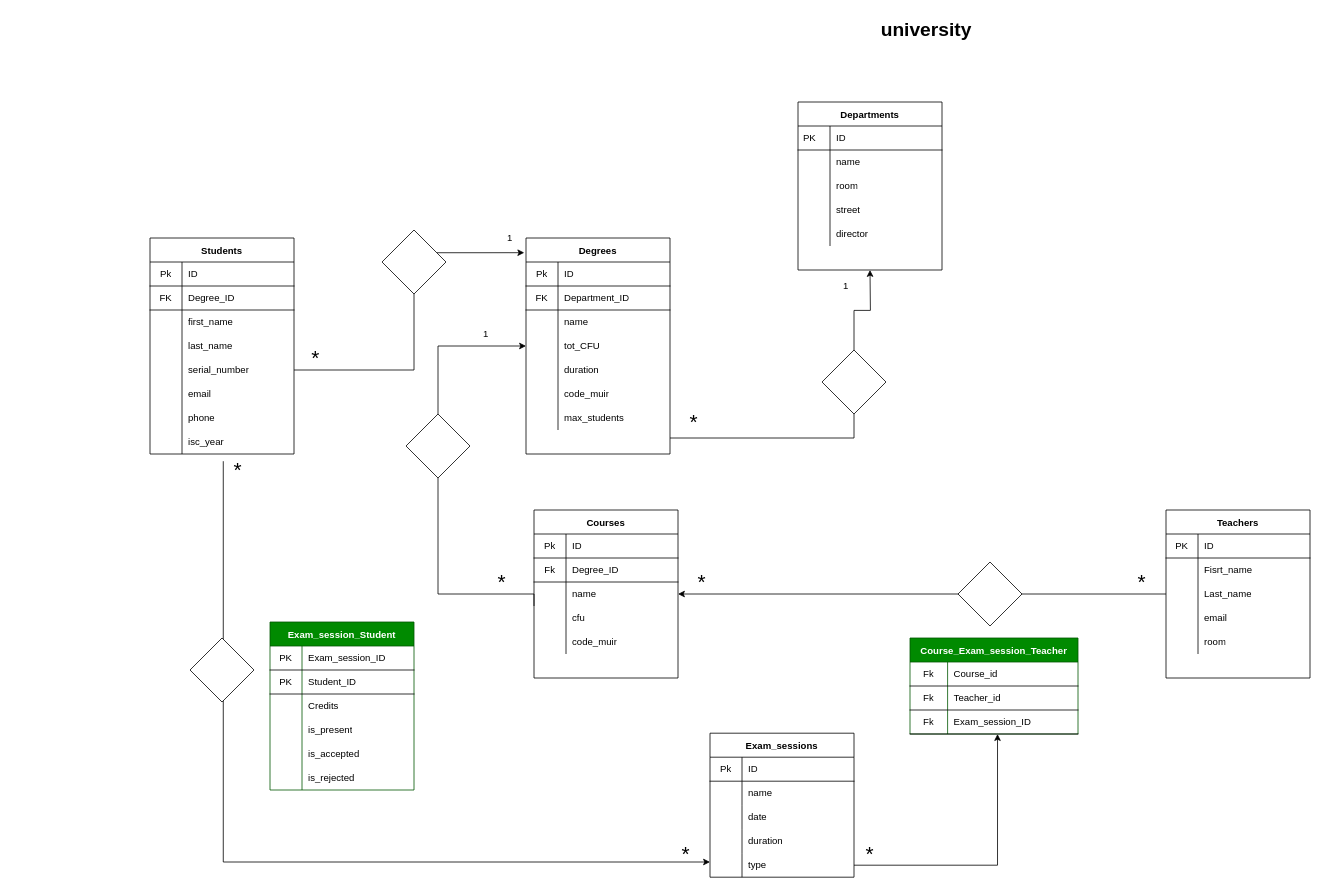
Earlier version of the draw.io diagram db-university diagram.drawio (Michele-Carbone/db-university). Source tidied: cells renumbered, new cells numbered last; positions are measured from the earlier drawing's top-left corner, leaving out a move shared by most shapes. Both pictures are drawn from the tidied source at 80%, with x=0, y=0 at pixel (150, 14).
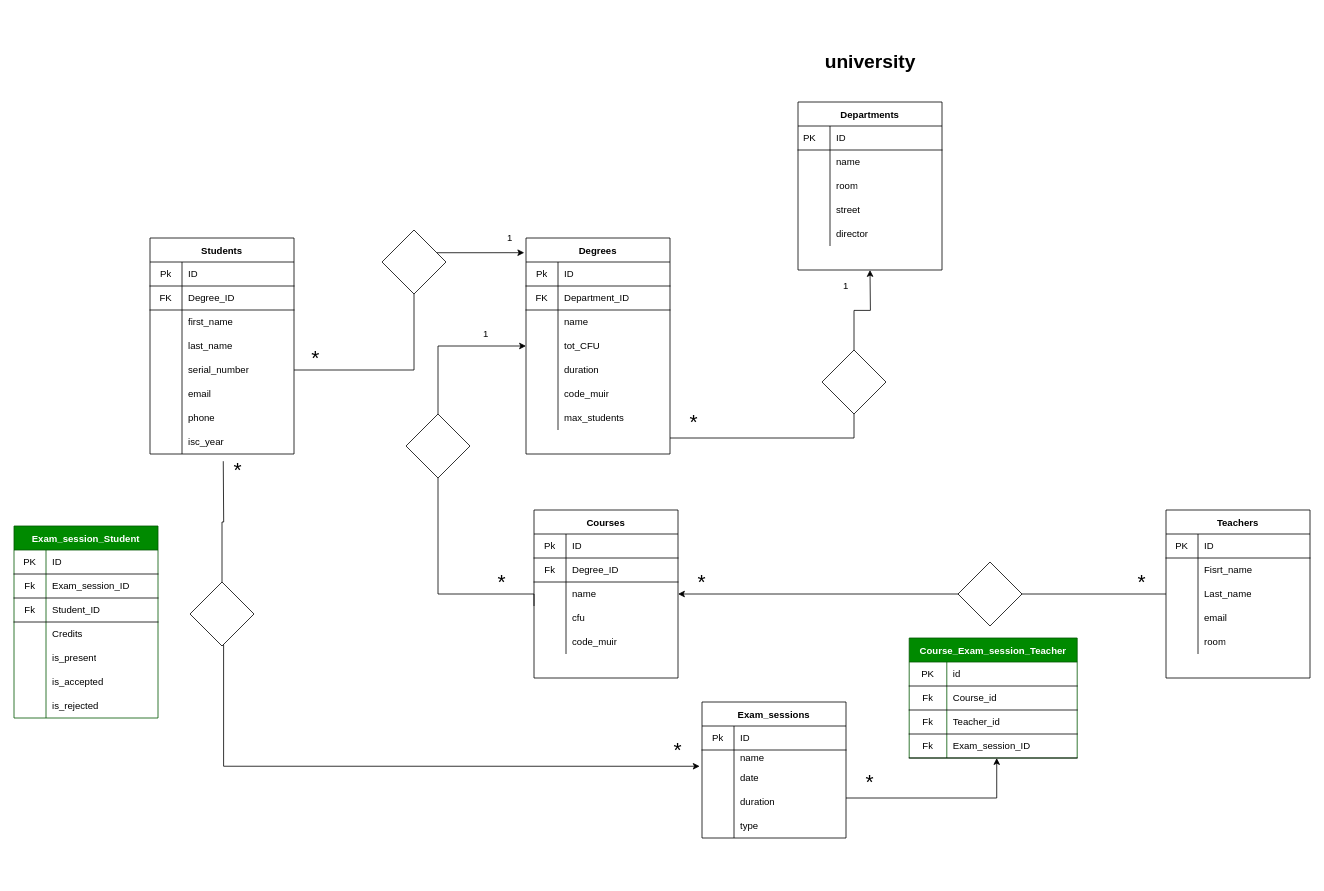
The same diagram, later.

Unchanged cells that the change refers to:
```xml
<mxCell id="148" style="shape=partialRectangle;html=1;whiteSpace=wrap;fillColor=none;top=0;left=0;bottom=1;right=0;" parent="147" vertex="1">
  <mxGeometry y="30" width="180" height="30" as="geometry" />
</mxCell>
```

Change to the diagram source:
```diff
@@
     <mxCell id="18" value="university" style="text;strokeColor=none;fillColor=none;html=1;fontSize=24;fontStyle=1;verticalAlign=middle;align=center;" parent="1" vertex="1">
-      <mxGeometry x="920" width="100" height="40" as="geometry" />
+      <mxGeometry x="850" y="40" width="100" height="40" as="geometry" />
     </mxCell>
@@
     <mxCell id="87" value="Course_Exam_session_Teacher" style="shape=table;startSize=30;childLayout=tableLayout;rowLines=0;fontStyle=1;align=center;fillColor=#008a00;strokeColor=#005700;fontColor=#ffffff;" parent="1" vertex="1">
-      <mxGeometry x="950" y="780" width="210" height="120" as="geometry" />
+      <mxGeometry x="949" y="780" width="210" height="150" as="geometry" />
     </mxCell>
+    <mxCell id="168" style="shape=partialRectangle;html=1;whiteSpace=wrap;fillColor=none;top=0;left=0;bottom=1;right=0;" parent="87" vertex="1">
+      <mxGeometry y="30" width="210" height="30" as="geometry" />
+    </mxCell>
+    <mxCell id="169" value="PK" style="shape=partialRectangle;html=1;whiteSpace=wrap;fillColor=none;top=0;left=0;bottom=0;right=0;overflow=hidden;" parent="168" vertex="1">
+      <mxGeometry width="47" height="30" as="geometry" />
+    </mxCell>
+    <mxCell id="170" value="id" style="shape=partialRectangle;html=1;whiteSpace=wrap;fillColor=none;top=0;left=0;bottom=0;right=0;align=left;spacingLeft=6;overflow=hidden;" parent="168" vertex="1">
+      <mxGeometry x="47" width="163" height="30" as="geometry" />
+    </mxCell>
     <mxCell id="88" style="shape=partialRectangle;html=1;whiteSpace=wrap;fillColor=none;top=0;left=0;bottom=1;right=0;" parent="87" vertex="1">
-      <mxGeometry y="30" width="210" height="30" as="geometry" />
+      <mxGeometry y="60" width="210" height="30" as="geometry" />
     </mxCell>
@@
     <mxCell id="91" style="shape=partialRectangle;html=1;whiteSpace=wrap;fillColor=none;top=0;left=0;bottom=1;right=0;" parent="87" vertex="1">
-      <mxGeometry y="60" width="210" height="30" as="geometry" />
+      <mxGeometry y="90" width="210" height="30" as="geometry" />
     </mxCell>
@@
     <mxCell id="94" style="shape=partialRectangle;html=1;whiteSpace=wrap;fillColor=none;top=0;left=0;bottom=1;right=0;points=[[0,0.5],[1,0.5]];portConstraint=eastwest;" parent="87" vertex="1">
-      <mxGeometry y="90" width="210" height="30" as="geometry" />
+      <mxGeometry y="120" width="210" height="30" as="geometry" />
     </mxCell>
@@
     <mxCell id="97" value="Exam_sessions" style="shape=table;startSize=30;childLayout=tableLayout;rowLines=0;fontStyle=1;align=center;" parent="1" vertex="1">
-      <mxGeometry x="700" y="899" width="180" height="180" as="geometry" />
+      <mxGeometry x="690" y="860" width="180" height="170" as="geometry" />
     </mxCell>
@@
     <mxCell id="101" style="shape=partialRectangle;html=1;whiteSpace=wrap;fillColor=none;top=0;left=0;bottom=0;right=0;" parent="97" vertex="1">
-      <mxGeometry y="60" width="180" height="30" as="geometry" />
+      <mxGeometry y="60" width="180" height="20" as="geometry" />
     </mxCell>
     <mxCell id="102" style="shape=partialRectangle;html=1;whiteSpace=wrap;fillColor=none;top=0;left=0;bottom=0;right=0;overflow=hidden;" parent="101" vertex="1">
-      <mxGeometry width="40" height="30" as="geometry" />
+      <mxGeometry width="40" height="20" as="geometry" />
     </mxCell>
     <mxCell id="103" value="name" style="shape=partialRectangle;html=1;whiteSpace=wrap;fillColor=none;top=0;left=0;bottom=0;right=0;align=left;spacingLeft=6;overflow=hidden;" parent="101" vertex="1">
-      <mxGeometry x="40" width="140" height="30" as="geometry" />
+      <mxGeometry x="40" width="140" height="20" as="geometry" />
     </mxCell>
     <mxCell id="104" style="shape=partialRectangle;html=1;whiteSpace=wrap;fillColor=none;top=0;left=0;bottom=0;right=0;points=[[0,0.5],[1,0.5]];portConstraint=eastwest;" parent="97" vertex="1">
-      <mxGeometry y="90" width="180" height="30" as="geometry" />
+      <mxGeometry y="80" width="180" height="30" as="geometry" />
     </mxCell>
@@
     <mxCell id="107" style="shape=partialRectangle;html=1;whiteSpace=wrap;fillColor=none;top=0;left=0;bottom=0;right=0;" parent="97" vertex="1">
-      <mxGeometry y="120" width="180" height="30" as="geometry" />
+      <mxGeometry y="110" width="180" height="30" as="geometry" />
     </mxCell>
@@
     <mxCell id="110" style="shape=partialRectangle;html=1;whiteSpace=wrap;fillColor=none;top=0;left=0;bottom=0;right=0;points=[[0,0.5],[1,0.5]];portConstraint=eastwest;" parent="97" vertex="1">
-      <mxGeometry y="150" width="180" height="30" as="geometry" />
+      <mxGeometry y="140" width="180" height="30" as="geometry" />
     </mxCell>
@@
-    <mxCell id="113" style="edgeStyle=orthogonalEdgeStyle;rounded=0;orthogonalLoop=1;jettySize=auto;html=1;" parent="1" edge="1">
+    <mxCell id="113" style="edgeStyle=orthogonalEdgeStyle;rounded=0;jettySize=auto;html=1;startArrow=none;entryX=-0.016;entryY=0.011;entryDx=0;entryDy=0;entryPerimeter=0;" parent="1" edge="1" source="144" target="104">
       <mxGeometry relative="1" as="geometry">
-        <mxPoint x="91.6" y="559" as="sourcePoint" />
-        <mxPoint x="700" y="1060" as="targetPoint" />
         <Array as="points">
-          <mxPoint x="92" y="1060" />
+          <mxPoint x="92" y="940" />
         </Array>
       </mxGeometry>
     </mxCell>
@@
-    <mxCell id="144" style="rhombus;whiteSpace=wrap;html=1;" parent="1" vertex="1">
-      <mxGeometry x="50" y="780" width="80" height="80" as="geometry" />
-    </mxCell>
@@
     <mxCell id="146" value="&lt;font style=&quot;font-size: 26px&quot;&gt;*&lt;/font&gt;" style="text;html=1;strokeColor=none;fillColor=none;align=center;verticalAlign=middle;whiteSpace=wrap;rounded=0;" parent="1" vertex="1">
-      <mxGeometry x="650" y="1040" width="40" height="20" as="geometry" />
+      <mxGeometry x="640" y="910" width="40" height="20" as="geometry" />
     </mxCell>
     <mxCell id="147" value="Exam_session_Student" style="shape=table;startSize=30;childLayout=tableLayout;rowLines=0;fontStyle=1;align=center;fillColor=#008a00;strokeColor=#005700;fontColor=#ffffff;" parent="1" vertex="1">
-      <mxGeometry x="150" y="760" width="180" height="210" as="geometry" />
+      <mxGeometry x="-170" y="640" width="180" height="240" as="geometry" />
     </mxCell>
@@
-    <mxCell id="150" value="Exam_session_ID" style="shape=partialRectangle;html=1;whiteSpace=wrap;fillColor=none;top=0;left=0;bottom=0;right=0;align=left;spacingLeft=6;overflow=hidden;" parent="148" vertex="1">
+    <mxCell id="150" value="ID" style="shape=partialRectangle;html=1;whiteSpace=wrap;fillColor=none;top=0;left=0;bottom=0;right=0;align=left;spacingLeft=6;overflow=hidden;" parent="148" vertex="1">
       <mxGeometry x="40" width="140" height="30" as="geometry" />
     </mxCell>
+    <mxCell id="171" style="shape=partialRectangle;html=1;whiteSpace=wrap;fillColor=none;top=0;left=0;bottom=1;right=0;" parent="147" vertex="1">
+      <mxGeometry y="60" width="180" height="30" as="geometry" />
+    </mxCell>
+    <mxCell id="172" value="Fk" style="shape=partialRectangle;html=1;whiteSpace=wrap;fillColor=none;top=0;left=0;bottom=0;right=0;overflow=hidden;" parent="171" vertex="1">
+      <mxGeometry width="40" height="30" as="geometry" />
+    </mxCell>
+    <mxCell id="173" value="Exam_session_ID" style="shape=partialRectangle;html=1;whiteSpace=wrap;fillColor=none;top=0;left=0;bottom=0;right=0;align=left;spacingLeft=6;overflow=hidden;" parent="171" vertex="1">
+      <mxGeometry x="40" width="140" height="30" as="geometry" />
+    </mxCell>
     <mxCell id="151" style="shape=partialRectangle;html=1;whiteSpace=wrap;fillColor=none;top=0;left=0;bottom=1;right=0;" parent="147" vertex="1">
-      <mxGeometry y="60" width="180" height="30" as="geometry" />
+      <mxGeometry y="90" width="180" height="30" as="geometry" />
     </mxCell>
-    <mxCell id="152" value="PK" style="shape=partialRectangle;html=1;whiteSpace=wrap;fillColor=none;top=0;left=0;bottom=0;right=0;overflow=hidden;" parent="151" vertex="1">
+    <mxCell id="152" value="Fk" style="shape=partialRectangle;html=1;whiteSpace=wrap;fillColor=none;top=0;left=0;bottom=0;right=0;overflow=hidden;" parent="151" vertex="1">
       <mxGeometry width="40" height="30" as="geometry" />
     </mxCell>
@@
     <mxCell id="154" style="shape=partialRectangle;html=1;whiteSpace=wrap;fillColor=none;top=0;left=0;bottom=0;right=0;" parent="147" vertex="1">
-      <mxGeometry y="90" width="180" height="30" as="geometry" />
+      <mxGeometry y="120" width="180" height="30" as="geometry" />
     </mxCell>
@@
     <mxCell id="157" style="shape=partialRectangle;html=1;whiteSpace=wrap;fillColor=none;top=0;left=0;bottom=0;right=0;" parent="147" vertex="1">
-      <mxGeometry y="120" width="180" height="30" as="geometry" />
+      <mxGeometry y="150" width="180" height="30" as="geometry" />
     </mxCell>
@@
     <mxCell id="160" style="shape=partialRectangle;html=1;whiteSpace=wrap;fillColor=none;top=0;left=0;bottom=0;right=0;" parent="147" vertex="1">
-      <mxGeometry y="150" width="180" height="30" as="geometry" />
+      <mxGeometry y="180" width="180" height="30" as="geometry" />
     </mxCell>
@@
     <mxCell id="163" style="shape=partialRectangle;html=1;whiteSpace=wrap;fillColor=none;top=0;left=0;bottom=0;right=0;" parent="147" vertex="1">
-      <mxGeometry y="180" width="180" height="30" as="geometry" />
+      <mxGeometry y="210" width="180" height="30" as="geometry" />
     </mxCell>
@@
-    <mxCell id="166" style="edgeStyle=orthogonalEdgeStyle;rounded=0;jettySize=auto;html=1;entryX=0.521;entryY=1.002;entryDx=0;entryDy=0;entryPerimeter=0;" parent="1" edge="1" source="110" target="94">
-      <mxGeometry relative="1" as="geometry" />
+    <mxCell id="166" style="edgeStyle=orthogonalEdgeStyle;rounded=0;jettySize=auto;html=1;entryX=0.521;entryY=1.002;entryDx=0;entryDy=0;entryPerimeter=0;" parent="1" edge="1" target="94">
+      <mxGeometry relative="1" as="geometry">
+        <mxPoint x="870" y="980" as="sourcePoint" />
+        <Array as="points">
+          <mxPoint x="1058" y="980" />
+        </Array>
+      </mxGeometry>
     </mxCell>
     <mxCell id="167" value="&lt;font style=&quot;font-size: 26px&quot;&gt;*&lt;/font&gt;" style="text;html=1;strokeColor=none;fillColor=none;align=center;verticalAlign=middle;whiteSpace=wrap;rounded=0;" parent="1" vertex="1">
-      <mxGeometry x="880" y="1040" width="40" height="20" as="geometry" />
+      <mxGeometry x="880" y="950" width="40" height="20" as="geometry" />
     </mxCell>
+    <mxCell id="144" style="rhombus;whiteSpace=wrap;html=1;" parent="1" vertex="1">
+      <mxGeometry x="50" y="710" width="80" height="80" as="geometry" />
+    </mxCell>
+    <mxCell id="174" style="edgeStyle=orthogonalEdgeStyle;rounded=0;jettySize=auto;html=1;endArrow=none;" parent="1" edge="1" target="144">
+      <mxGeometry relative="1" as="geometry">
+        <mxPoint x="91.6" y="559" as="sourcePoint" />
+      </mxGeometry>
+    </mxCell>
```
